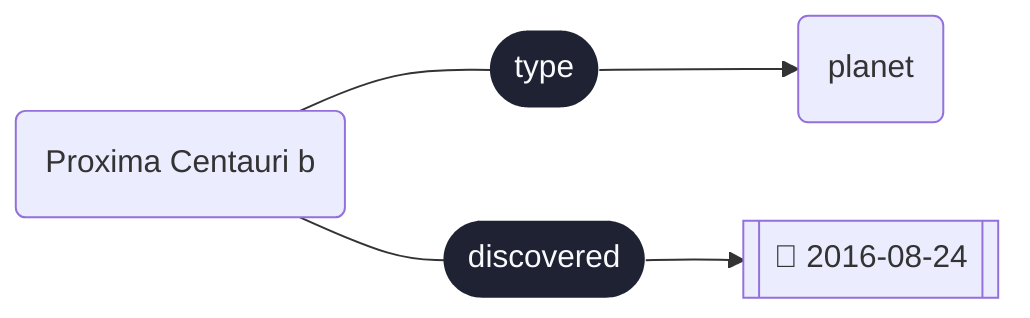
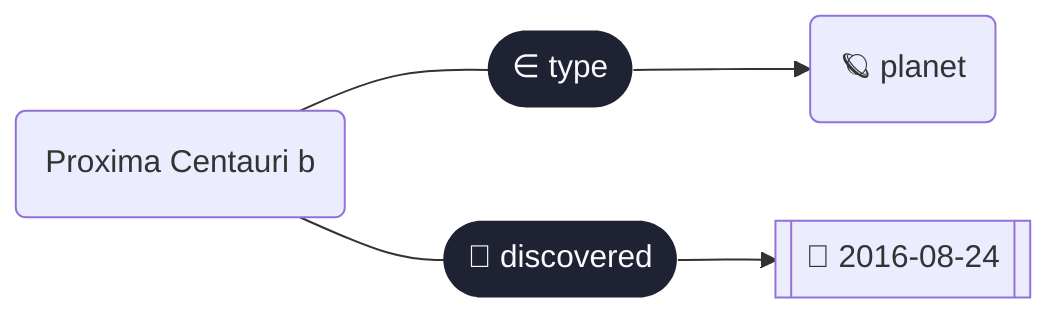
graph LR
  http___dbpedia_org_resource_Proxima_Centauri_b("Proxima Centauri b")
  click http___dbpedia_org_resource_Proxima_Centauri_b "http://dbpedia.org/resource/Proxima_Centauri_b"
-   http___dbpedia_org_ontology_Planet("planet")
+   http___dbpedia_org_ontology_Planet("🪐 planet")
  click http___dbpedia_org_ontology_Planet "http://dbpedia.org/ontology/Planet"
  Literal_27f67571cab3[["📅 2016-08-24"]]
-   http___dbpedia_org_resource_Proxima_Centauri_b --- Edge_540e00cae247(["type"])--> http___dbpedia_org_ontology_Planet
+   http___dbpedia_org_resource_Proxima_Centauri_b --- Edge_540e00cae247(["∈ type"])--> http___dbpedia_org_ontology_Planet
  click Edge_540e00cae247 "http://www.w3.org/1999/02/22-rdf-syntax-ns#type"
-   http___dbpedia_org_resource_Proxima_Centauri_b --- Edge_a0efd4f3aa3e(["discovered"])--> Literal_27f67571cab3
+   http___dbpedia_org_resource_Proxima_Centauri_b --- Edge_a0efd4f3aa3e(["📅 discovered"])--> Literal_27f67571cab3
  click Edge_a0efd4f3aa3e "http://dbpedia.org/property/discovered"
  classDef predicate fill:#1f2233,stroke:transparent,color:#f8fafc,stroke-width:0px;
  classDef hidden fill:transparent,stroke:transparent,color:transparent,stroke-width:0px;
  classDef nanopubdot fill:#0f172a,stroke:#0f172a,color:transparent,stroke-width:2px;
  classDef transparent fill:transparent,stroke:transparent,color:transparent,stroke-width:0px;
  class Edge_540e00cae247,Edge_a0efd4f3aa3e predicate
